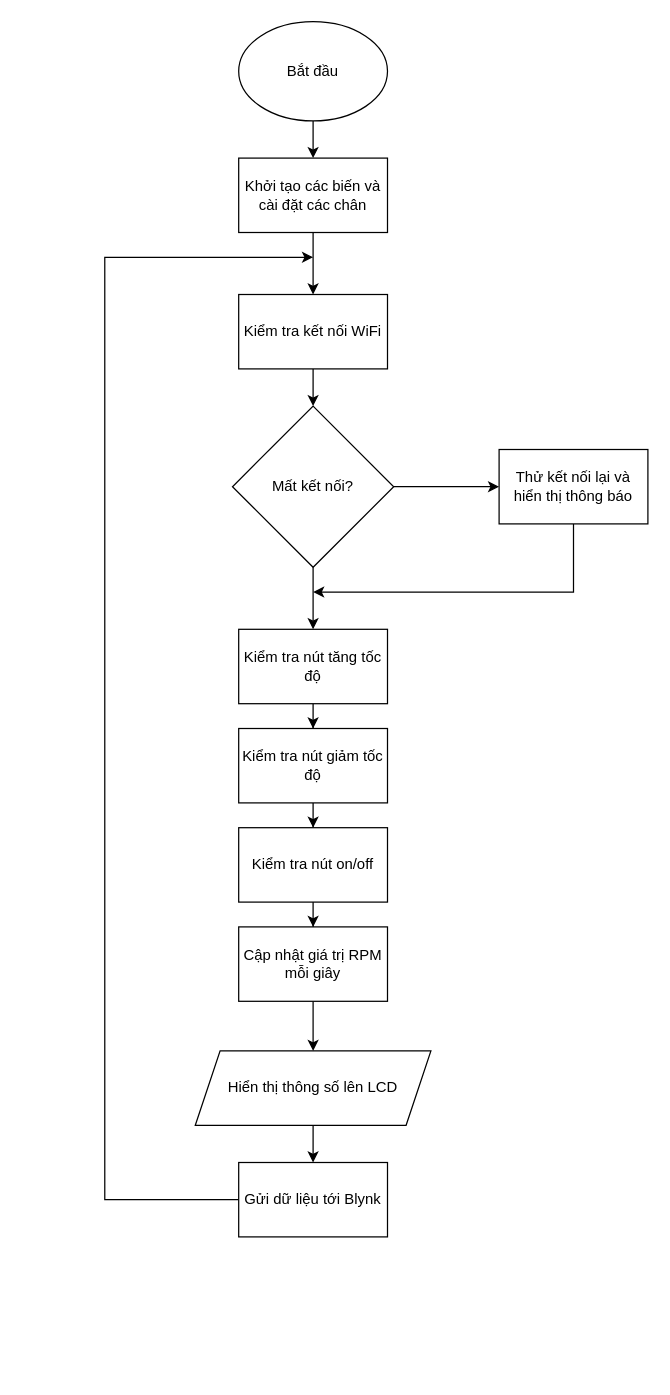
zijipia/ArduinoCpp keeps this draw.io diagram as LamQuang.drawio. Above is the earlier version. Source tidied: cells renumbered, new cells numbered last; positions are measured from the earlier drawing's top-left corner, leaving out a move shared by most shapes. Both pictures are drawn from the tidied source at 124%, with x=0, y=0 at pixel (104, 21).
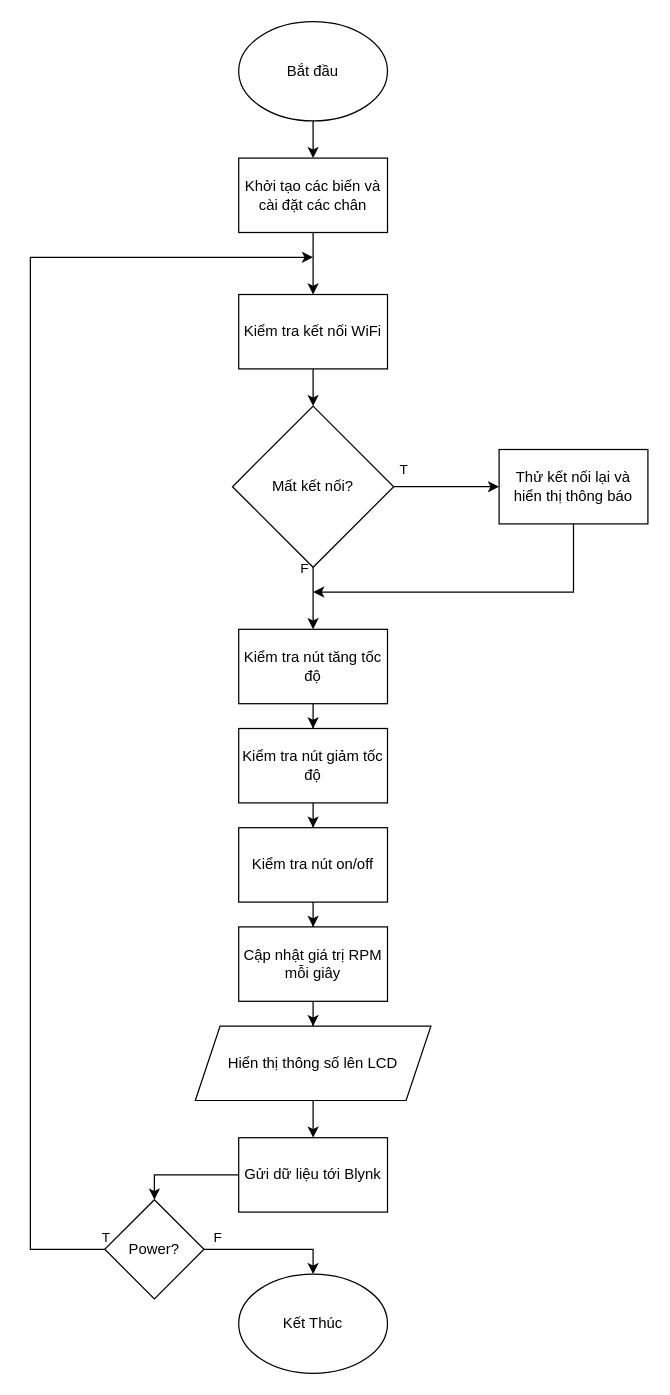
The same diagram, later.

The change refers to these unchanged cells:
```xml
<mxCell id="8" style="edgeStyle=orthogonalEdgeStyle;rounded=0;jettySize=auto;html=1;" parent="1" edge="1" source="10" target="12">
  <mxGeometry relative="1" as="geometry" />
</mxCell>
<mxCell id="9" style="edgeStyle=orthogonalEdgeStyle;rounded=0;jettySize=auto;html=1;" parent="1" edge="1" source="10" target="14">
  <mxGeometry relative="1" as="geometry" />
</mxCell>
```

The edit, as a diff of the source:
```diff
@@
+    <mxCell id="25" value="T" style="edgeLabel;html=1;align=center;verticalAlign=middle;" parent="8" vertex="1">
+      <mxGeometry x="-0.29" y="2" relative="1" as="geometry">
+        <mxPoint x="-23" y="-13" as="offset" />
+      </mxGeometry>
+    </mxCell>
@@
+    <mxCell id="26" value="F" style="edgeLabel;html=1;align=center;verticalAlign=middle;" parent="9" vertex="1">
+      <mxGeometry x="-0.52" y="-4" relative="1" as="geometry">
+        <mxPoint x="-4" y="-12" as="offset" />
+      </mxGeometry>
+    </mxCell>
@@
     <mxCell id="22" value="Hiển thị thông số lên LCD" style="shape=parallelogram;perimeter=parallelogramPerimeter;whiteSpace=wrap;html=1;fixedSize=1;" parent="1" vertex="1">
-      <mxGeometry x="73" y="830" width="190" height="60" as="geometry" />
+      <mxGeometry x="73" y="810" width="190" height="60" as="geometry" />
     </mxCell>
-    <mxCell id="23" style="edgeStyle=orthogonalEdgeStyle;rounded=0;jettySize=auto;html=1;exitX=0;exitY=0.5;exitDx=0;exitDy=0;" parent="1" edge="1" source="24">
+    <mxCell id="23" style="edgeStyle=orthogonalEdgeStyle;rounded=0;jettySize=auto;html=1;exitX=0;exitY=0.5;exitDx=0;exitDy=0;" parent="1" edge="1" source="31">
       <mxGeometry relative="1" as="geometry">
         <mxPoint x="168" y="190" as="targetPoint" />
         <Array as="points">
-          <mxPoint y="950" />
-          <mxPoint y="190" />
+          <mxPoint x="-60" y="990" />
+          <mxPoint x="-60" y="190" />
         </Array>
       </mxGeometry>
     </mxCell>
+    <mxCell id="27" style="edgeStyle=orthogonalEdgeStyle;rounded=0;jettySize=auto;html=1;entryX=0.5;entryY=0;entryDx=0;entryDy=0;" parent="1" edge="1" source="24" target="31">
+      <mxGeometry relative="1" as="geometry" />
+    </mxCell>
     <mxCell id="24" value="Gửi dữ liệu tới Blynk" style="whiteSpace=wrap;html=1;" parent="1" vertex="1">
-      <mxGeometry x="108" y="920" width="120" height="60" as="geometry" />
+      <mxGeometry x="108" y="900" width="120" height="60" as="geometry" />
     </mxCell>
+    <mxCell id="28" style="edgeStyle=orthogonalEdgeStyle;rounded=0;jettySize=auto;html=1;entryX=0.5;entryY=0;entryDx=0;entryDy=0;" parent="1" edge="1" source="31" target="32">
+      <mxGeometry relative="1" as="geometry" />
+    </mxCell>
+    <mxCell id="29" value="T" style="edgeLabel;html=1;align=center;verticalAlign=middle;" parent="28" vertex="1">
+      <mxGeometry x="-0.52" y="2" relative="1" as="geometry">
+        <mxPoint x="-106" y="-8" as="offset" />
+      </mxGeometry>
+    </mxCell>
+    <mxCell id="30" value="F" style="edgeLabel;html=1;align=center;verticalAlign=middle;" parent="28" vertex="1">
+      <mxGeometry x="-0.61" y="2" relative="1" as="geometry">
+        <mxPoint x="-11" y="-8" as="offset" />
+      </mxGeometry>
+    </mxCell>
+    <mxCell id="31" value="Power?" style="rhombus;whiteSpace=wrap;html=1;" parent="1" vertex="1">
+      <mxGeometry y="950" width="80" height="80" as="geometry" />
+    </mxCell>
+    <mxCell id="32" value="Kết Thúc" style="ellipse;whiteSpace=wrap;html=1;" parent="1" vertex="1">
+      <mxGeometry x="108" y="1010" width="120" height="80" as="geometry" />
+    </mxCell>
```
